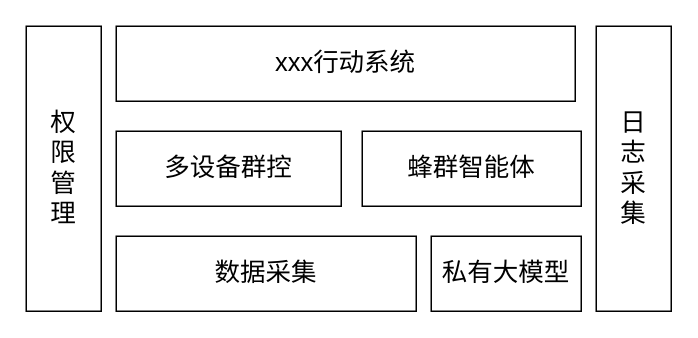
This is page "总体系统" (1 of 4) of 公司项目/认知行动/文档/架构图/架构图-MC子系统.drawio from Sj-g/obsidian, a draw.io file, before an edit. Source tidied: cells renumbered, new cells numbered last; positions are measured from the earlier drawing's top-left corner, leaving out a move shared by most shapes. Both pictures are drawn from the tidied source at 150%, with x=0, y=0 at pixel (26, 26).
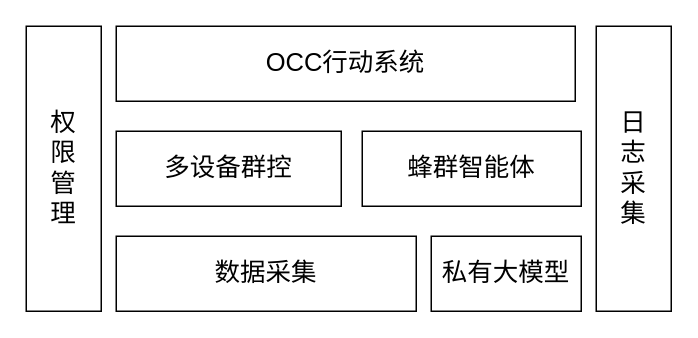
The same page after the edit.

Commit message (it also covers changes not shown here):
vault backup: 2026-07-21 15:59:26

Diff of the diagram source:
```diff
@@
 <mxGraphModel>
   <root>
     <mxCell id="0" />
     <mxCell id="1" parent="0" />
-    <mxCell id="2" value="xxx行动系统" style="rounded=0;whiteSpace=wrap;html=1;fontSize=17;" parent="1" vertex="1">
+    <mxCell id="2" value="OCC行动系统" style="rounded=0;whiteSpace=wrap;html=1;fontSize=17;" parent="1" vertex="1">
       <mxGeometry x="60" width="306" height="50" as="geometry" />
     </mxCell>
     <mxCell id="3" value="多设备群控" style="rounded=0;whiteSpace=wrap;html=1;fontSize=17;" parent="1" vertex="1">
       <mxGeometry x="60" y="70" width="150" height="50" as="geometry" />
     </mxCell>
     <mxCell id="4" value="蜂群智能体" style="rounded=0;whiteSpace=wrap;html=1;fontSize=17;" parent="1" vertex="1">
       <mxGeometry x="224" y="70" width="146" height="50" as="geometry" />
     </mxCell>
     <mxCell id="5" value="数据采集" style="rounded=0;whiteSpace=wrap;html=1;fontSize=17;" parent="1" vertex="1">
       <mxGeometry x="60" y="140" width="200" height="50" as="geometry" />
     </mxCell>
     <mxCell id="6" value="权&lt;div&gt;限&lt;/div&gt;&lt;div&gt;管&lt;/div&gt;&lt;div&gt;理&lt;/div&gt;" style="rounded=0;whiteSpace=wrap;html=1;fontSize=17;" parent="1" vertex="1">
       <mxGeometry width="50" height="190" as="geometry" />
     </mxCell>
     <mxCell id="7" value="私有大模型" style="rounded=0;whiteSpace=wrap;html=1;fontSize=17;" parent="1" vertex="1">
       <mxGeometry x="270" y="140" width="100" height="50" as="geometry" />
     </mxCell>
     <mxCell id="8" value="日&lt;div&gt;志&lt;/div&gt;&lt;div&gt;采&lt;/div&gt;&lt;div&gt;集&lt;/div&gt;" style="rounded=0;whiteSpace=wrap;html=1;fontSize=17;" parent="1" vertex="1">
       <mxGeometry x="380" width="50" height="190" as="geometry" />
     </mxCell>
   </root>
 </mxGraphModel>
```
